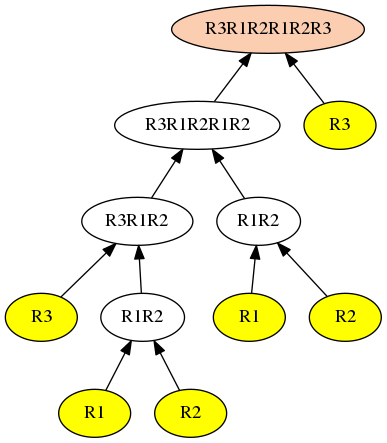
The Graphviz diagram GuiTool/image/Codos/CodosDot.png in iitramar/guiTool, before a commit. Its source is kept beside it as GuiTool/image/Codos/CodosDot.dot.
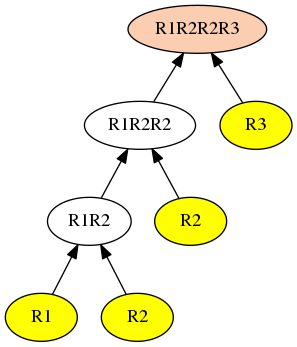
The same diagram one commit later.

The edit, as a diff of the source:
```diff
@@ -1,30 +1,20 @@
 digraph G {
 rankdir = BT;
-1[style=filled, fillcolor= "#FBCEB1", label=R3R1R2R1R2R3];
-2[label=R3R1R2R1R2];
+1[style=filled, fillcolor= "#FBCEB1", label=R1R2R2R3];
+2[label=R1R2R2];
 2->1
 3[label=R3];
 3->1
-4[label=R3R1R2];
+4[label=R1R2];
 4->2
-5[label=R1R2];
+5[label=R2];
 5->2
-8[label=R3];
+8[label=R1];
 8->4
-9[label=R1R2];
+9[label=R2];
 9->4
 8[style=filled, fillcolor=yellow];
-18[label=R1];
-18->9
-19[label=R2];
-19->9
-18[style=filled, fillcolor=yellow];
-19[style=filled, fillcolor=yellow];
-10[label=R1];
-10->5
-11[label=R2];
-11->5
-10[style=filled, fillcolor=yellow];
-11[style=filled, fillcolor=yellow];
+9[style=filled, fillcolor=yellow];
+5[style=filled, fillcolor=yellow];
 3[style=filled, fillcolor=yellow];
 }
```
